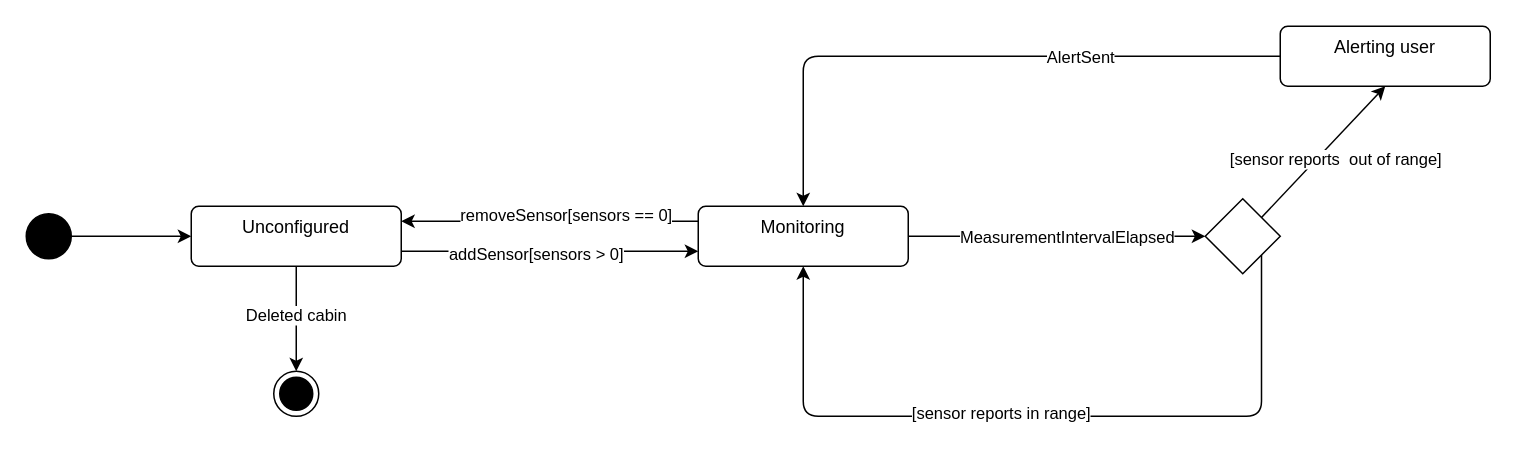
Earlier version of the draw.io diagram project/diagrams/input/state-cabin.drawio (Sergiu-Sturza/Assignment-1-Model-first-AI-second). Source tidied: cells renumbered, new cells numbered last; positions are measured from the earlier drawing's top-left corner, leaving out a move shared by most shapes. Both pictures are drawn from the tidied source at 150%, with x=0, y=0 at pixel (26, 26).
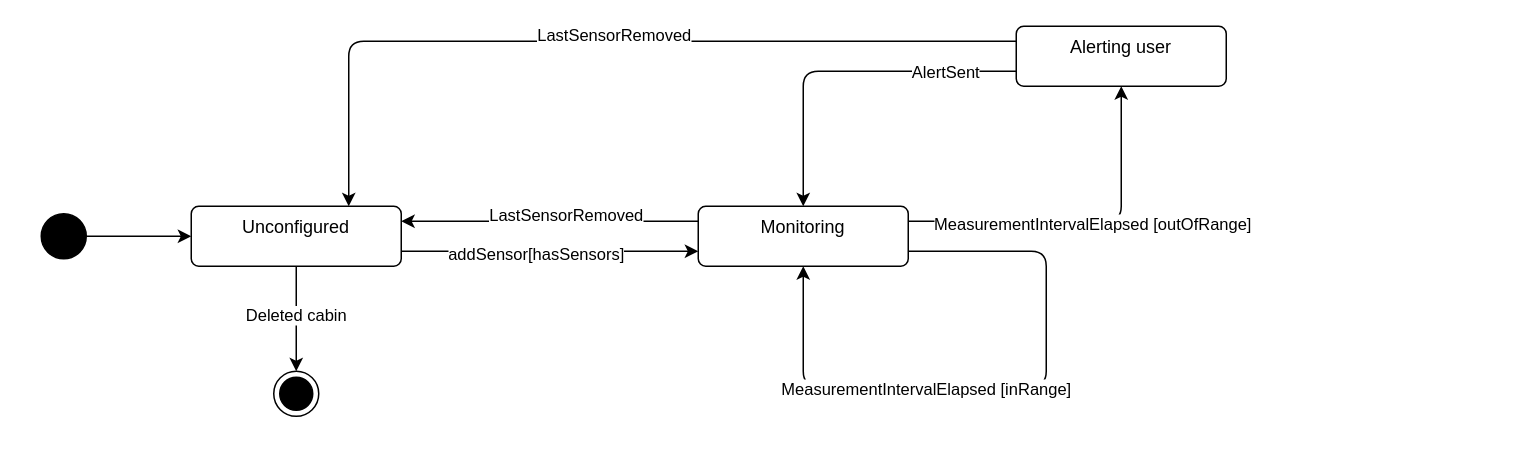
After the change.

Commit message:
Removed decision diamond and changed guards to comply with python script.

Unchanged cells that the change refers to:
```xml
<mxCell id="6" style="edgeStyle=none;html=1;exitX=1;exitY=0.75;exitDx=0;exitDy=0;entryX=0;entryY=0.75;entryDx=0;entryDy=0;" parent="1" edge="1" source="8" target="16">
  <mxGeometry relative="1" as="geometry" />
</mxCell>
<mxCell id="8" value="Unconfigured" style="html=1;align=center;verticalAlign=top;rounded=1;absoluteArcSize=1;arcSize=10;dashed=0;whiteSpace=wrap;" parent="1" vertex="1">
  <mxGeometry x="110" y="120" width="140" height="40" as="geometry" />
</mxCell>
<mxCell id="14" style="edgeStyle=none;html=1;exitX=0;exitY=0.25;exitDx=0;exitDy=0;entryX=1;entryY=0.25;entryDx=0;entryDy=0;" parent="1" edge="1" source="16" target="8">
  <mxGeometry relative="1" as="geometry" />
</mxCell>
<mxCell id="16" value="Monitoring" style="html=1;align=center;verticalAlign=top;rounded=1;absoluteArcSize=1;arcSize=10;dashed=0;whiteSpace=wrap;" parent="1" vertex="1">
  <mxGeometry x="448" y="120" width="140" height="40" as="geometry" />
</mxCell>
```

Diff of the diagram source:
```diff
@@
     <mxCell id="3" style="ellipse;fillColor=strokeColor;html=1;" parent="1" vertex="1">
-      <mxGeometry y="125" width="30" height="30" as="geometry" />
+      <mxGeometry x="10" y="125" width="30" height="30" as="geometry" />
     </mxCell>
@@
-    <mxCell id="7" value="addSensor[sensors &amp;gt; 0]" style="edgeLabel;html=1;align=center;verticalAlign=middle;" parent="6" vertex="1">
+    <mxCell id="7" value="addSensor[hasSensors]" style="edgeLabel;html=1;align=center;verticalAlign=middle;" parent="6" vertex="1">
       <mxGeometry x="-0.1" y="-1" relative="1" as="geometry" />
     </mxCell>
@@
-    <mxCell id="10" style="edgeStyle=none;html=1;entryX=0.5;entryY=1;entryDx=0;entryDy=0;exitX=1;exitY=0;exitDx=0;exitDy=0;" parent="1" edge="1" source="22" target="19">
-      <mxGeometry relative="1" as="geometry" />
-    </mxCell>
-    <mxCell id="11" value="[sensor reports&amp;nbsp; out of range]" style="edgeLabel;html=1;align=center;verticalAlign=middle;" parent="10" vertex="1">
-      <mxGeometry x="-0.23" y="3" relative="1" as="geometry">
-        <mxPoint x="20" y="-3" as="offset" />
-      </mxGeometry>
-    </mxCell>
-    <mxCell id="12" style="edgeStyle=none;html=1;exitX=1;exitY=0.5;exitDx=0;exitDy=0;entryX=0;entryY=0.5;entryDx=0;entryDy=0;" parent="1" edge="1" source="16" target="22">
-      <mxGeometry relative="1" as="geometry" />
-    </mxCell>
-    <mxCell id="13" value="MeasurementIntervalElapsed" style="edgeLabel;html=1;align=center;verticalAlign=middle;" parent="12" vertex="1">
-      <mxGeometry x="0.06" y="-2" relative="1" as="geometry">
-        <mxPoint y="-2" as="offset" />
-      </mxGeometry>
-    </mxCell>
@@
-    <mxCell id="15" value="removeSensor[sensors == 0]" style="edgeLabel;html=1;align=center;verticalAlign=middle;" parent="14" vertex="1">
+    <mxCell id="15" value="LastSensorRemoved" style="edgeLabel;html=1;align=center;verticalAlign=middle;" parent="14" vertex="1">
       <mxGeometry x="0.32" y="-1" relative="1" as="geometry">
         <mxPoint x="42" y="-4" as="offset" />
       </mxGeometry>
     </mxCell>
+    <mxCell id="23" style="edgeStyle=none;html=1;exitX=1;exitY=0.25;exitDx=0;exitDy=0;entryX=0.5;entryY=1;entryDx=0;entryDy=0;" parent="1" edge="1" source="16" target="19">
+      <mxGeometry relative="1" as="geometry">
+        <Array as="points">
+          <mxPoint x="730" y="130" />
+        </Array>
+      </mxGeometry>
+    </mxCell>
+    <mxCell id="24" value="&lt;span style=&quot;color: rgb(0, 0, 0);&quot;&gt;MeasurementIntervalElapsed [outOfRange]&lt;/span&gt;" style="edgeLabel;html=1;align=center;verticalAlign=middle;" parent="23" vertex="1">
+      <mxGeometry x="-0.38" y="-1" relative="1" as="geometry">
+        <mxPoint x="50" as="offset" />
+      </mxGeometry>
+    </mxCell>
+    <mxCell id="25" style="edgeStyle=orthogonalEdgeStyle;html=1;exitX=1;exitY=0.75;exitDx=0;exitDy=0;entryX=0.5;entryY=1;entryDx=0;entryDy=0;innerLoopWaypoints=1;" parent="1" edge="1" source="16" target="16">
+      <mxGeometry x="-0.24" relative="1" as="geometry">
+        <Array as="points">
+          <mxPoint x="680" y="150" />
+          <mxPoint x="680" y="240" />
+          <mxPoint x="518" y="240" />
+        </Array>
+      </mxGeometry>
+    </mxCell>
+    <mxCell id="26" value="&lt;span style=&quot;color: rgb(0, 0, 0);&quot;&gt;MeasurementIntervalElapsed [inRange]&lt;/span&gt;" style="edgeLabel;html=1;align=center;verticalAlign=middle;" parent="25" vertex="1">
+      <mxGeometry x="0.24" y="1" relative="1" as="geometry" />
+    </mxCell>
@@
-    <mxCell id="17" style="edgeStyle=none;html=1;exitX=0;exitY=0.5;exitDx=0;exitDy=0;entryX=0.5;entryY=0;entryDx=0;entryDy=0;" parent="1" edge="1" source="19" target="16">
-      <mxGeometry relative="1" as="geometry">
+    <mxCell id="17" style="edgeStyle=none;html=1;exitX=0;exitY=0.75;exitDx=0;exitDy=0;entryX=0.5;entryY=0;entryDx=0;entryDy=0;" parent="1" edge="1" source="19" target="16">
+      <mxGeometry x="-0.01" relative="1" as="geometry">
         <Array as="points">
-          <mxPoint x="518" y="20" />
+          <mxPoint x="518" y="30" />
         </Array>
       </mxGeometry>
     </mxCell>
     <mxCell id="18" value="AlertSent" style="edgeLabel;html=1;align=center;verticalAlign=middle;" parent="17" vertex="1">
-      <mxGeometry x="-0.08" y="-3" relative="1" as="geometry">
+      <mxGeometry x="-0.09" y="-3" relative="1" as="geometry">
         <mxPoint x="58" y="3" as="offset" />
       </mxGeometry>
     </mxCell>
+    <mxCell id="27" style="edgeStyle=none;html=1;exitX=0;exitY=0.25;exitDx=0;exitDy=0;entryX=0.75;entryY=0;entryDx=0;entryDy=0;" parent="1" edge="1" source="19" target="8">
+      <mxGeometry x="-0.01" relative="1" as="geometry">
+        <Array as="points">
+          <mxPoint x="215" y="10" />
+        </Array>
+      </mxGeometry>
+    </mxCell>
+    <mxCell id="28" value="LastSensorRemoved" style="edgeLabel;html=1;align=center;verticalAlign=middle;" parent="27" vertex="1">
+      <mxGeometry x="-0.03" y="-4" relative="1" as="geometry" />
+    </mxCell>
     <mxCell id="19" value="Alerting user" style="html=1;align=center;verticalAlign=top;rounded=1;absoluteArcSize=1;arcSize=10;dashed=0;whiteSpace=wrap;" parent="1" vertex="1">
-      <mxGeometry x="836" width="140" height="40" as="geometry" />
+      <mxGeometry x="660" width="140" height="40" as="geometry" />
     </mxCell>
-    <mxCell id="20" style="edgeStyle=none;html=1;exitX=1;exitY=1;exitDx=0;exitDy=0;entryX=0.5;entryY=1;entryDx=0;entryDy=0;" parent="1" edge="1" source="22" target="16">
-      <mxGeometry x="-0.01" relative="1" as="geometry">
-        <Array as="points">
-          <mxPoint x="823.5" y="260" />
-          <mxPoint x="518" y="260" />
-        </Array>
-      </mxGeometry>
-    </mxCell>
-    <mxCell id="21" value="[sensor reports in range]" style="edgeLabel;html=1;align=center;verticalAlign=middle;" parent="20" vertex="1">
-      <mxGeometry x="0.1" y="-3" relative="1" as="geometry" />
-    </mxCell>
-    <mxCell id="22" style="rhombus;whiteSpace=wrap;html=1;shapeInside=1;" parent="1" vertex="1">
-      <mxGeometry x="786" y="115" width="50" height="50" as="geometry" />
-    </mxCell>
```
